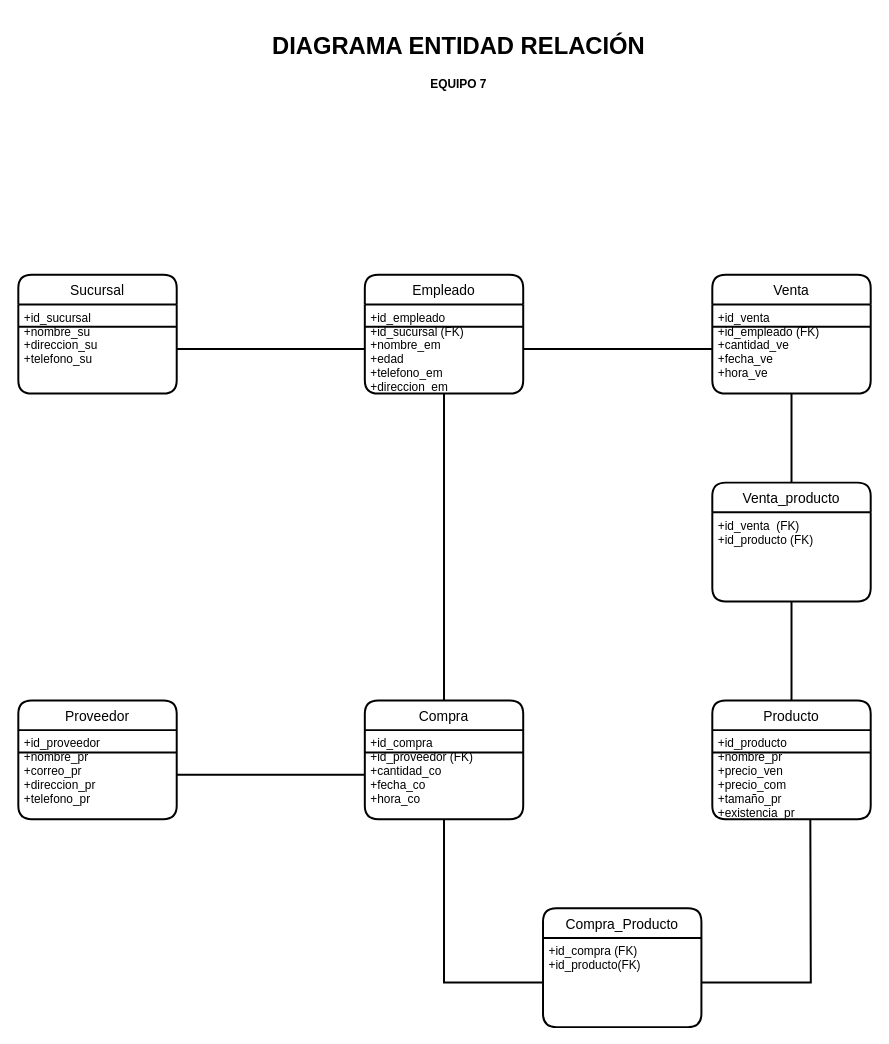
Earlier version of the draw.io diagram Diagrama Relacional.drawio (cato97/hello-world). Source tidied: cells renumbered, new cells numbered last; positions are measured from the earlier drawing's top-left corner, leaving out a move shared by most shapes. Both pictures are drawn from the tidied source at 99%, with x=0, y=0 at pixel (18, 27).
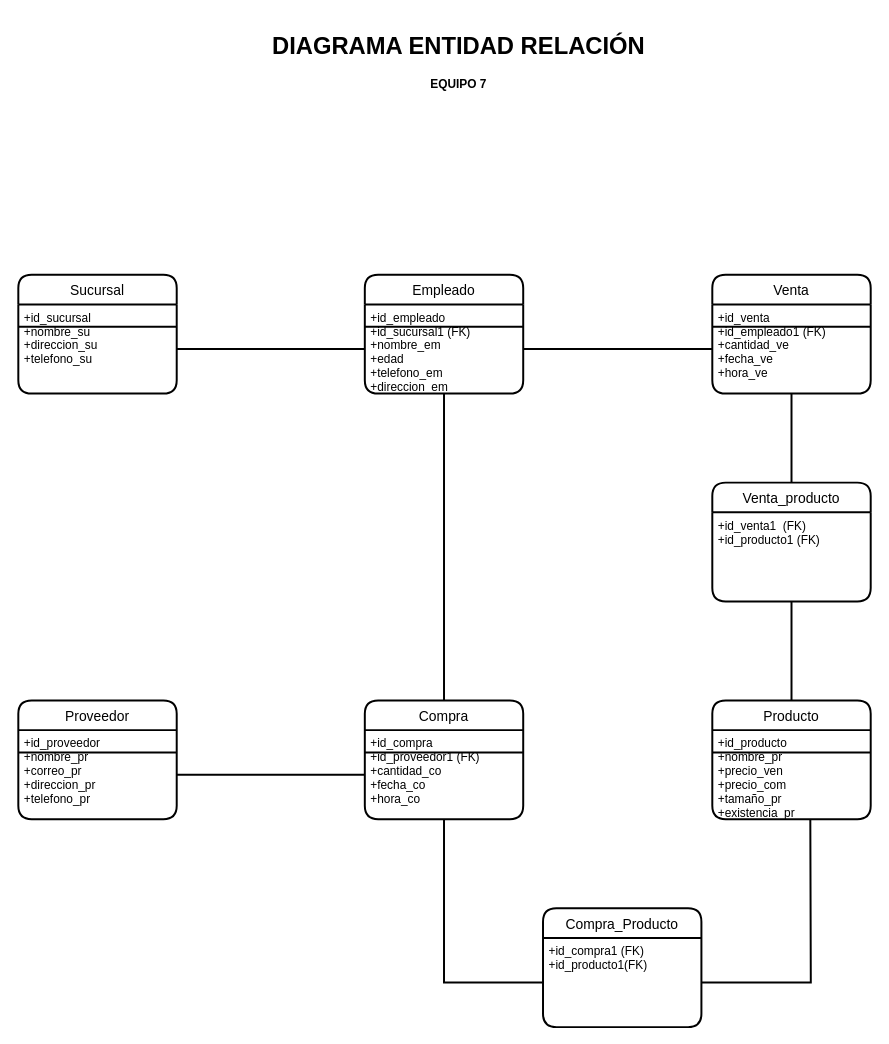
After the change.

The change refers to these unchanged cells:
```xml
<mxCell id="2" value="Empleado" style="swimlane;horizontal=1;startSize=30;rounded=1;fontSize=14;fontStyle=0;strokeWidth=2;shadow=0;dashed=0;align=center;" parent="1" vertex="1">
  <mxGeometry x="350" y="250" width="160" height="120" as="geometry" />
</mxCell>
<mxCell id="9" value="Venta" style="swimlane;horizontal=1;startSize=30;rounded=1;fontSize=14;fontStyle=0;strokeWidth=2;shadow=0;dashed=0;align=center;" parent="1" vertex="1">
  <mxGeometry x="701" y="250" width="160" height="120" as="geometry" />
</mxCell>
<mxCell id="12" value="Compra" style="swimlane;horizontal=1;startSize=30;rounded=1;fontSize=14;fontStyle=0;strokeWidth=2;shadow=0;dashed=0;align=center;" parent="1" vertex="1">
  <mxGeometry x="350" y="680" width="160" height="120" as="geometry" />
</mxCell>
<mxCell id="16" value="Venta_producto" style="swimlane;horizontal=1;startSize=30;rounded=1;fontSize=14;fontStyle=0;strokeWidth=2;shadow=0;dashed=0;align=center;" parent="1" vertex="1">
  <mxGeometry x="701" y="460" width="160" height="120" as="geometry" />
</mxCell>
<mxCell id="22" value="Compra_Producto" style="swimlane;horizontal=1;startSize=30;rounded=1;fontSize=14;fontStyle=0;strokeWidth=2;shadow=0;dashed=0;align=center;" parent="1" vertex="1">
  <mxGeometry x="530" y="890" width="160" height="120" as="geometry" />
</mxCell>
```

What changed in the source:
```diff
@@
-    <mxCell id="3" value="+id_empleado&#10;+id_sucursal (FK)&#10;+nombre_em&#10;+edad&#10;+telefono_em&#10;+direccion_em" style="align=left;strokeColor=none;fillColor=none;spacingLeft=4;fontSize=12;verticalAlign=top;" parent="2" vertex="1">
+    <mxCell id="3" value="+id_empleado&#10;+id_sucursal1 (FK)&#10;+nombre_em&#10;+edad&#10;+telefono_em&#10;+direccion_em" style="align=left;strokeColor=none;fillColor=none;spacingLeft=4;fontSize=12;verticalAlign=top;" parent="2" vertex="1">
       <mxGeometry y="30" width="160" height="90" as="geometry" />
     </mxCell>
@@
-    <mxCell id="11" value="+id_venta&#10;+id_empleado (FK)&#10;+cantidad_ve&#10;+fecha_ve&#10;+hora_ve" style="align=left;strokeColor=none;fillColor=none;spacingLeft=4;fontSize=12;verticalAlign=top;" parent="9" vertex="1">
+    <mxCell id="11" value="+id_venta&#10;+id_empleado1 (FK)&#10;+cantidad_ve&#10;+fecha_ve&#10;+hora_ve" style="align=left;strokeColor=none;fillColor=none;spacingLeft=4;fontSize=12;verticalAlign=top;" parent="9" vertex="1">
       <mxGeometry y="30" width="160" height="90" as="geometry" />
     </mxCell>
@@
-    <mxCell id="13" value="+id_compra&#10;+id_proveedor (FK)&#10;+cantidad_co&#10;+fecha_co&#10;+hora_co" style="align=left;strokeColor=none;fillColor=none;spacingLeft=4;fontSize=12;verticalAlign=top;" parent="12" vertex="1">
+    <mxCell id="13" value="+id_compra&#10;+id_proveedor1 (FK)&#10;+cantidad_co&#10;+fecha_co&#10;+hora_co" style="align=left;strokeColor=none;fillColor=none;spacingLeft=4;fontSize=12;verticalAlign=top;" parent="12" vertex="1">
       <mxGeometry y="30" width="160" height="90" as="geometry" />
     </mxCell>
@@
-    <mxCell id="17" value="+id_venta  (FK)&#10;+id_producto (FK)" style="align=left;strokeColor=none;fillColor=none;spacingLeft=4;fontSize=12;verticalAlign=top;" parent="16" vertex="1">
+    <mxCell id="17" value="+id_venta1  (FK)&#10;+id_producto1 (FK)" style="align=left;strokeColor=none;fillColor=none;spacingLeft=4;fontSize=12;verticalAlign=top;" parent="16" vertex="1">
       <mxGeometry y="30" width="160" height="90" as="geometry" />
     </mxCell>
@@
-    <mxCell id="23" value="+id_compra (FK)&#10;+id_producto(FK)" style="align=left;strokeColor=none;fillColor=none;spacingLeft=4;fontSize=12;verticalAlign=top;" parent="22" vertex="1">
+    <mxCell id="23" value="+id_compra1 (FK)&#10;+id_producto1(FK)" style="align=left;strokeColor=none;fillColor=none;spacingLeft=4;fontSize=12;verticalAlign=top;" parent="22" vertex="1">
       <mxGeometry y="30" width="160" height="90" as="geometry" />
     </mxCell>
```
